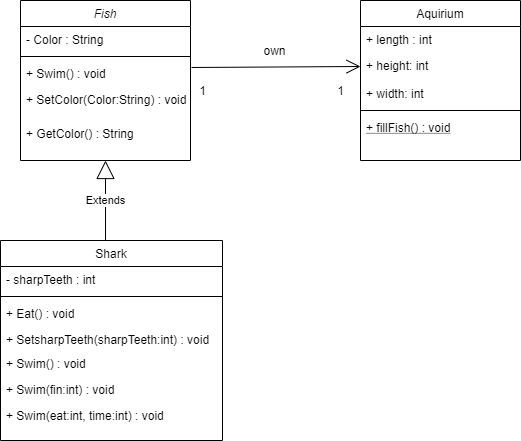
Nazarifah/week2ClassDiagram keeps this draw.io diagram as Exercise1ClassDiagram.png. Above is the earlier version. Source tidied: cells renumbered, new cells last; positions are measured from the earlier drawing's top-left corner, leaving out a move shared by most shapes.
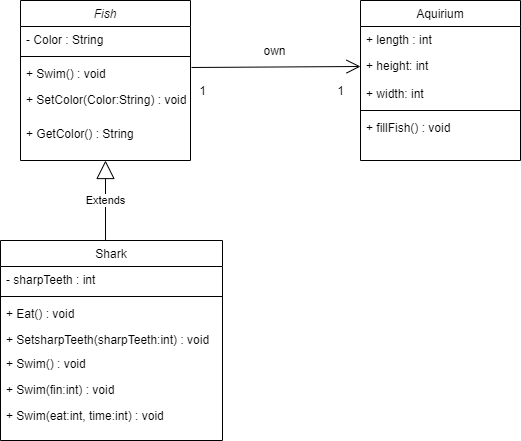
Above is the later version.

Change to the diagram source:
```diff
@@ -44,7 +44,7 @@
     <mxCell id="15" style="line;html=1;strokeWidth=1;align=left;verticalAlign=middle;spacingTop=-1;spacingLeft=3;spacingRight=3;labelPosition=right;" parent="11" vertex="1">
       <mxGeometry y="106" width="160" height="8" as="geometry" />
     </mxCell>
-    <mxCell id="16" value="+ fillFish() : void" style="text;align=left;verticalAlign=top;spacingLeft=4;spacingRight=4;overflow=hidden;fontStyle=4;" parent="11" vertex="1">
+    <mxCell id="16" value="+ fillFish() : void" style="text;align=left;verticalAlign=top;spacingLeft=4;spacingRight=4;overflow=hidden;fontStyle=0;" parent="11" vertex="1">
       <mxGeometry y="114" width="160" height="26" as="geometry" />
     </mxCell>
     <mxCell id="17" value="Shark" style="swimlane;fontStyle=0;align=center;verticalAlign=top;horizontal=1;startSize=26;rounded=0;shadow=0;strokeWidth=1;" parent="1" vertex="1">
```
